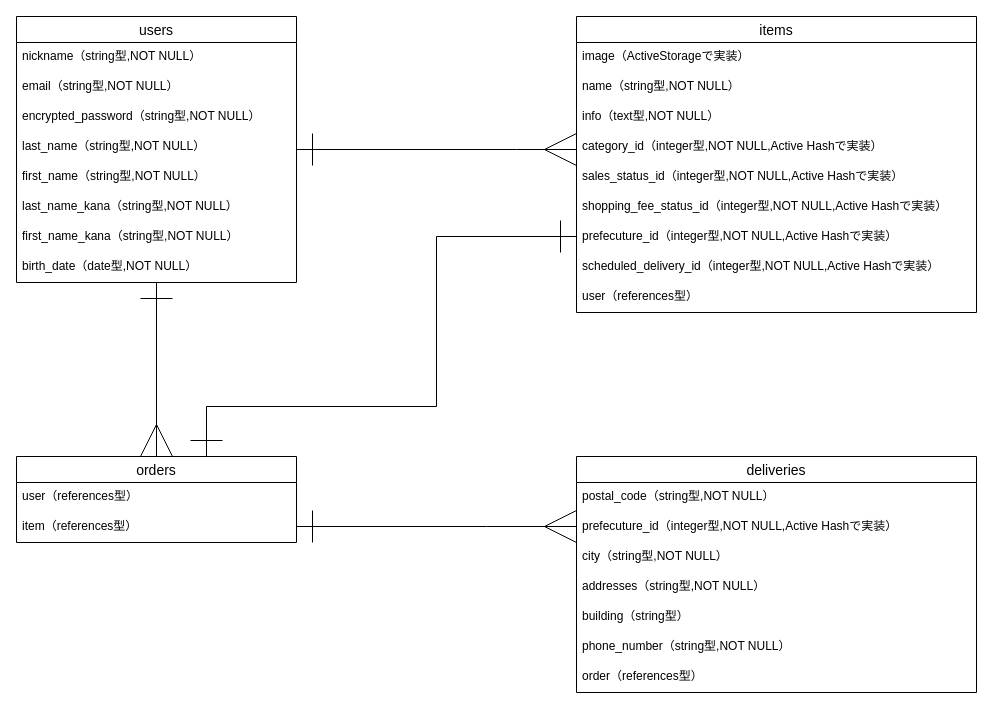
1000channel/furima-31134 keeps this draw.io diagram as furima-31134.dio. Above is the earlier version. Source tidied: cells renumbered, new cells numbered last; positions are measured from the earlier drawing's top-left corner, leaving out a move shared by most shapes. Both pictures are drawn from the tidied source at 100%, with x=0, y=0 at pixel (16, 16).
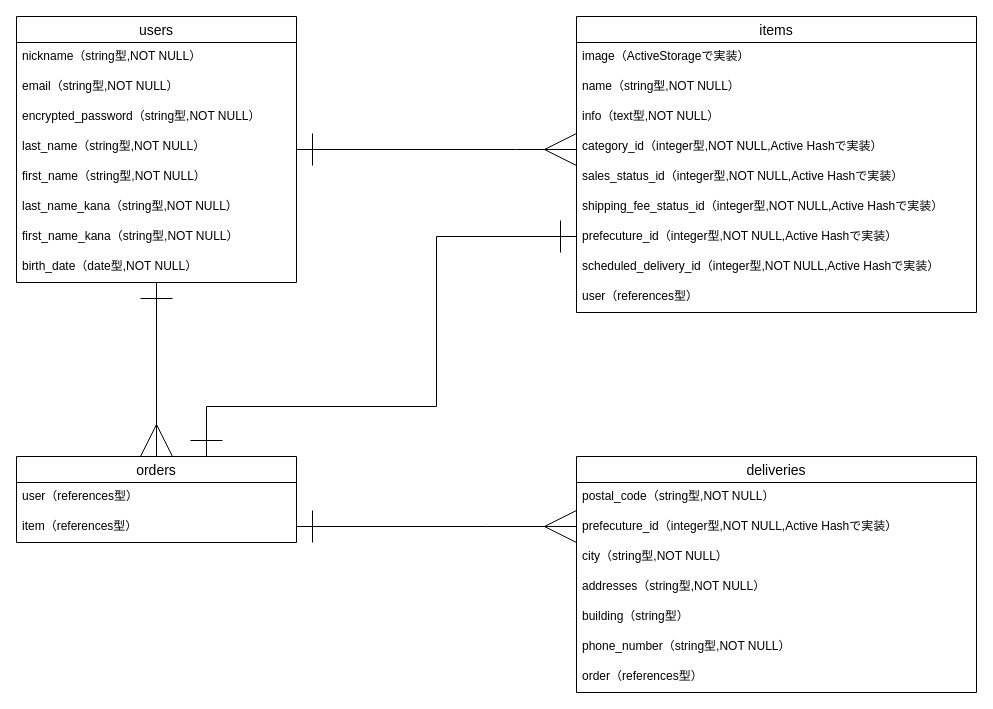
Above is the later version.

Unchanged cells that the change refers to:
```xml
<mxCell id="15" value="items" style="swimlane;fontStyle=0;horizontal=1;startSize=26;align=center;fontSize=14;" parent="1" vertex="1">
  <mxGeometry x="560" width="400" height="296" as="geometry" />
</mxCell>
```

The edit, as a diff of the source:
```diff
@@
-    <mxCell id="21" value="shopping_fee_status_id（integer型,NOT NULL,Active Hashで実装）" style="text;strokeColor=none;fillColor=none;spacingLeft=4;spacingRight=4;overflow=hidden;fontSize=12;" parent="15" vertex="1">
+    <mxCell id="21" value="shipping_fee_status_id（integer型,NOT NULL,Active Hashで実装）" style="text;strokeColor=none;fillColor=none;spacingLeft=4;spacingRight=4;overflow=hidden;fontSize=12;" parent="15" vertex="1">
       <mxGeometry y="176" width="400" height="30" as="geometry" />
     </mxCell>
```
